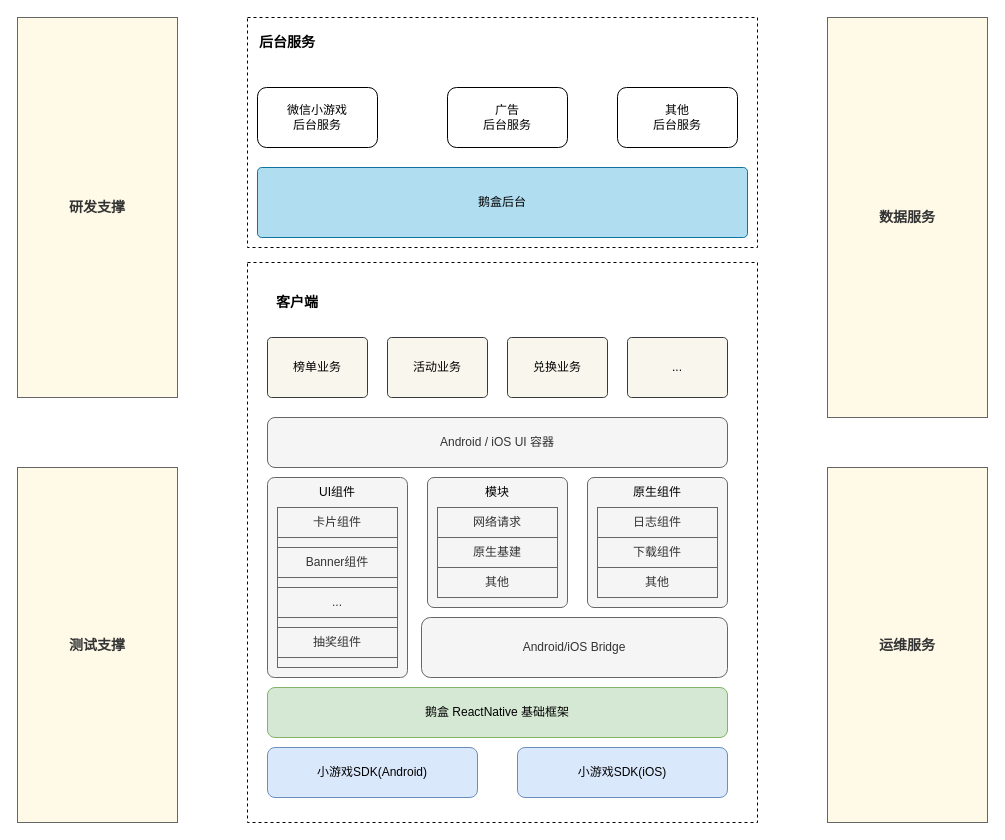
Before: DiDaPic/ehe.drawio in wadesheng/MarkdownPhotos, a draw.io diagram. Source tidied: cells renumbered, new cells numbered last; positions are measured from the earlier drawing's top-left corner, leaving out a move shared by most shapes. Both pictures are drawn from the tidied source at 100%, with x=0, y=0 at pixel (17, 17).
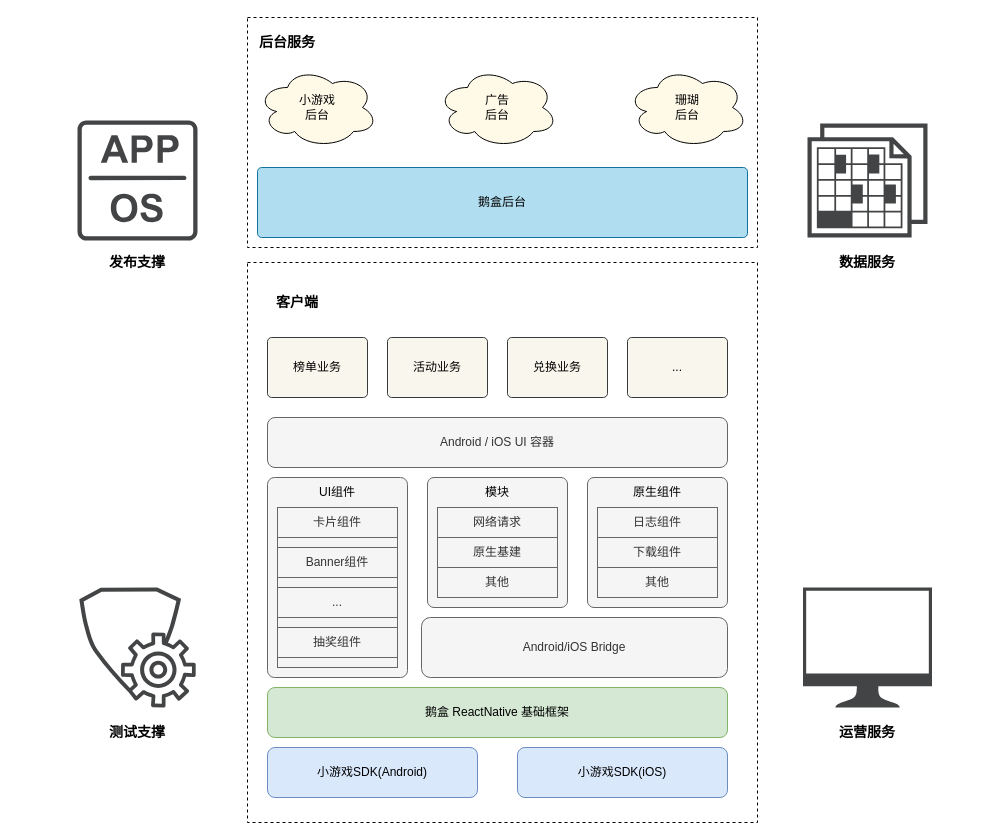
The same page after the edit.

Change to the diagram source:
```diff
@@
-    <mxCell id="31" value="&lt;h3&gt;研发支撑&lt;/h3&gt;" style="rounded=0;whiteSpace=wrap;html=1;fillColor=#FFFAE8;fontColor=#333333;strokeColor=#666666;" parent="1" vertex="1">
-      <mxGeometry width="160" height="380" as="geometry" />
-    </mxCell>
+    <mxCell id="35" value="鹅盒后台" style="rounded=1;whiteSpace=wrap;html=1;fillColor=#b1ddf0;arcSize=6;strokeColor=#10739e;" parent="1" vertex="1">
+      <mxGeometry x="240" y="150" width="490" height="70" as="geometry" />
+    </mxCell>
+    <mxCell id="39" value="&lt;h3&gt;后台服务&lt;/h3&gt;" style="text;html=1;strokeColor=none;fillColor=none;align=center;verticalAlign=middle;whiteSpace=wrap;rounded=0;dashed=1;" parent="1" vertex="1">
+      <mxGeometry x="240" y="10" width="60" height="30" as="geometry" />
+    </mxCell>
+    <mxCell id="40" value="小游戏&lt;br&gt;后台" style="ellipse;shape=cloud;whiteSpace=wrap;html=1;fillColor=#FFFAE8;" parent="1" vertex="1">
+      <mxGeometry x="240" y="50" width="120" height="80" as="geometry" />
+    </mxCell>
+    <mxCell id="41" value="广告&lt;br&gt;后台" style="ellipse;shape=cloud;whiteSpace=wrap;html=1;fillColor=#FFFAE8;" parent="1" vertex="1">
+      <mxGeometry x="420" y="50" width="120" height="80" as="geometry" />
+    </mxCell>
+    <mxCell id="42" value="珊瑚&lt;br&gt;后台" style="ellipse;shape=cloud;whiteSpace=wrap;html=1;fillColor=#FFFAE8;" parent="1" vertex="1">
+      <mxGeometry x="610" y="50" width="120" height="80" as="geometry" />
+    </mxCell>
+    <mxCell id="43" style="sketch=0;shadow=0;dashed=0;html=1;strokeColor=none;fillColor=#434445;labelPosition=center;verticalLabelPosition=bottom;verticalAlign=top;align=center;shape=mxgraph.vvd.blueprint;" parent="1" vertex="1">
+      <mxGeometry x="790" y="106" width="120" height="114" as="geometry" />
+    </mxCell>
+    <mxCell id="44" style="sketch=0;shadow=0;dashed=0;html=1;strokeColor=none;fillColor=#434445;labelPosition=center;verticalLabelPosition=bottom;verticalAlign=top;align=center;shape=mxgraph.vvd.app;" parent="1" vertex="1">
+      <mxGeometry x="60" y="103" width="120" height="120" as="geometry" />
+    </mxCell>
+    <mxCell id="45" style="sketch=0;shadow=0;dashed=0;html=1;strokeColor=none;fillColor=#434445;labelPosition=center;verticalLabelPosition=bottom;verticalAlign=top;align=center;shape=mxgraph.vvd.monitor;" parent="1" vertex="1">
+      <mxGeometry x="785.5" y="570" width="129" height="120" as="geometry" />
+    </mxCell>
+    <mxCell id="46" style="sketch=0;shadow=0;dashed=0;html=1;strokeColor=none;fillColor=#434445;labelPosition=center;verticalLabelPosition=bottom;verticalAlign=top;align=center;shape=mxgraph.vvd.protection_group_config;" parent="1" vertex="1">
+      <mxGeometry x="61.8" y="570" width="116.4" height="120" as="geometry" />
+    </mxCell>
+    <mxCell id="47" value="&lt;h3&gt;发布支撑&lt;/h3&gt;" style="text;html=1;strokeColor=none;fillColor=none;align=center;verticalAlign=middle;whiteSpace=wrap;rounded=0;" parent="1" vertex="1">
+      <mxGeometry x="80" y="230" width="80" height="30" as="geometry" />
+    </mxCell>
+    <mxCell id="33" value="&lt;h3&gt;数据服务&lt;/h3&gt;" style="text;html=1;strokeColor=none;fillColor=none;align=center;verticalAlign=middle;whiteSpace=wrap;rounded=0;" parent="1" vertex="1">
+      <mxGeometry x="810" y="230" width="80" height="30" as="geometry" />
+    </mxCell>
+    <mxCell id="48" value="&lt;h3&gt;运营服务&lt;/h3&gt;" style="text;html=1;strokeColor=none;fillColor=none;align=center;verticalAlign=middle;whiteSpace=wrap;rounded=0;" parent="1" vertex="1">
+      <mxGeometry x="810" y="700" width="80" height="30" as="geometry" />
+    </mxCell>
-    <mxCell id="32" value="&lt;h3&gt;测试支撑&lt;/h3&gt;" style="rounded=0;whiteSpace=wrap;html=1;fillColor=#FFFAE8;fontColor=#333333;strokeColor=#666666;" parent="1" vertex="1">
-      <mxGeometry y="450" width="160" height="355" as="geometry" />
+    <mxCell id="32" value="&lt;h3&gt;测试支撑&lt;/h3&gt;" style="text;html=1;strokeColor=none;fillColor=none;align=center;verticalAlign=middle;whiteSpace=wrap;rounded=0;" parent="1" vertex="1">
+      <mxGeometry x="80" y="700" width="80" height="30" as="geometry" />
     </mxCell>
-    <mxCell id="33" value="&lt;h3&gt;数据服务&lt;/h3&gt;" style="rounded=0;whiteSpace=wrap;html=1;fillColor=#FFFAE8;fontColor=#333333;strokeColor=#666666;" parent="1" vertex="1">
-      <mxGeometry x="810" width="160" height="400" as="geometry" />
-    </mxCell>
-    <mxCell id="34" value="&lt;h3&gt;运维服务&lt;/h3&gt;" style="rounded=0;whiteSpace=wrap;html=1;fillColor=#FFFAE8;fontColor=#333333;strokeColor=#666666;" parent="1" vertex="1">
-      <mxGeometry x="810" y="450" width="160" height="355" as="geometry" />
-    </mxCell>
-    <mxCell id="35" value="鹅盒后台" style="rounded=1;whiteSpace=wrap;html=1;fillColor=#b1ddf0;arcSize=6;strokeColor=#10739e;" parent="1" vertex="1">
-      <mxGeometry x="240" y="150" width="490" height="70" as="geometry" />
-    </mxCell>
-    <mxCell id="36" value="微信小游戏&lt;br&gt;后台服务" style="rounded=1;whiteSpace=wrap;html=1;fillColor=default;" parent="1" vertex="1">
-      <mxGeometry x="240" y="70" width="120" height="60" as="geometry" />
-    </mxCell>
-    <mxCell id="37" value="广告&lt;br&gt;后台服务" style="rounded=1;whiteSpace=wrap;html=1;fillColor=default;" parent="1" vertex="1">
-      <mxGeometry x="430" y="70" width="120" height="60" as="geometry" />
-    </mxCell>
-    <mxCell id="38" value="其他&lt;br&gt;后台服务" style="rounded=1;whiteSpace=wrap;html=1;fillColor=default;" parent="1" vertex="1">
-      <mxGeometry x="600" y="70" width="120" height="60" as="geometry" />
-    </mxCell>
-    <mxCell id="39" value="&lt;h3&gt;后台服务&lt;/h3&gt;" style="text;html=1;strokeColor=none;fillColor=none;align=center;verticalAlign=middle;whiteSpace=wrap;rounded=0;dashed=1;" parent="1" vertex="1">
-      <mxGeometry x="240" y="10" width="60" height="30" as="geometry" />
-    </mxCell>
```
